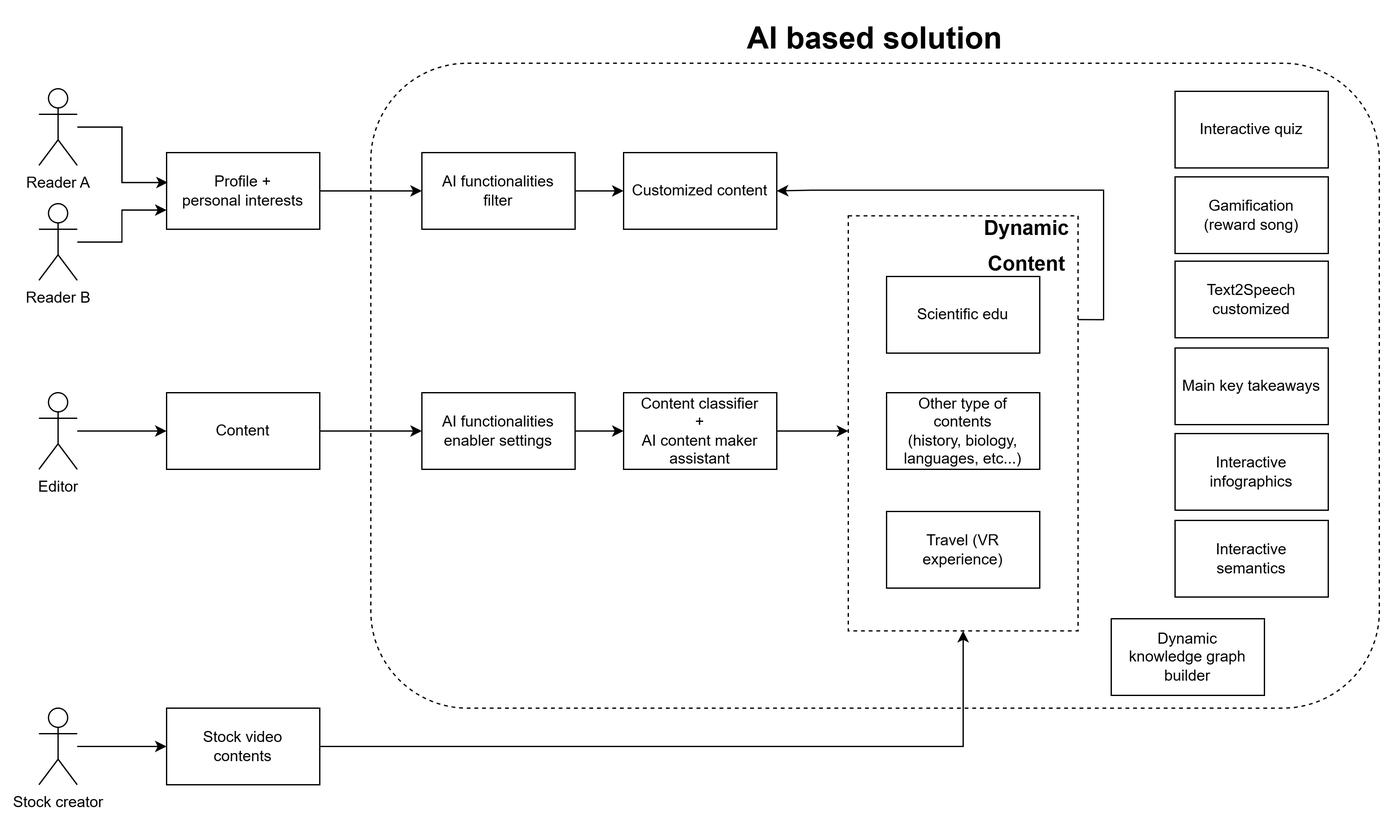
Above: img/fluidcontent-ai-architecture.png in Izanagi95/FluidContent-AI (draw.io), before the change. Source tidied: cells renumbered, new cells last; positions are measured from the earlier drawing's top-left corner, leaving out a move shared by most shapes. The source it was exported from:
```xml
<mxGraphModel>
  <root>
    <mxCell id="0" />
    <mxCell id="1" parent="0" />
    <mxCell id="2" style="rounded=1;whiteSpace=wrap;html=1;dashed=1;fillColor=none;" parent="1" vertex="1">
      <mxGeometry x="260" y="40" width="790" height="505" as="geometry" />
    </mxCell>
    <mxCell id="3" style="edgeStyle=orthogonalEdgeStyle;rounded=0;jettySize=auto;html=1;exitX=1;exitY=0.25;exitDx=0;exitDy=0;" parent="1" edge="1" source="4" target="9">
      <mxGeometry relative="1" as="geometry" />
    </mxCell>
    <mxCell id="4" style="rounded=0;whiteSpace=wrap;html=1;fillColor=none;dashed=1;" parent="1" vertex="1">
      <mxGeometry x="634" y="159.5" width="180" height="325" as="geometry" />
    </mxCell>
    <mxCell id="5" style="edgeStyle=orthogonalEdgeStyle;rounded=0;jettySize=auto;html=1;entryX=0;entryY=0.5;entryDx=0;entryDy=0;" parent="1" edge="1" source="6" target="28">
      <mxGeometry relative="1" as="geometry" />
    </mxCell>
    <mxCell id="6" value="Content" style="rounded=0;whiteSpace=wrap;html=1;" parent="1" vertex="1">
      <mxGeometry x="100" y="298" width="120" height="60" as="geometry" />
    </mxCell>
    <mxCell id="7" style="edgeStyle=orthogonalEdgeStyle;rounded=0;jettySize=auto;html=1;entryX=0;entryY=0.5;entryDx=0;entryDy=0;" parent="1" edge="1" source="8" target="36">
      <mxGeometry relative="1" as="geometry" />
    </mxCell>
    <mxCell id="8" value="Profile +&lt;div&gt;personal interests&lt;/div&gt;" style="rounded=0;whiteSpace=wrap;html=1;" parent="1" vertex="1">
      <mxGeometry x="100" y="110" width="120" height="60" as="geometry" />
    </mxCell>
    <mxCell id="9" value="Customized content" style="rounded=0;whiteSpace=wrap;html=1;" parent="1" vertex="1">
      <mxGeometry x="458" y="110" width="120" height="60" as="geometry" />
    </mxCell>
    <mxCell id="10" style="edgeStyle=orthogonalEdgeStyle;rounded=0;jettySize=auto;html=1;" parent="1" edge="1" source="11" target="6">
      <mxGeometry relative="1" as="geometry" />
    </mxCell>
    <mxCell id="11" value="Editor" style="shape=umlActor;verticalLabelPosition=bottom;verticalAlign=top;html=1;outlineConnect=0;" parent="1" vertex="1">
      <mxGeometry y="298" width="30" height="60" as="geometry" />
    </mxCell>
    <mxCell id="12" value="Reader A" style="shape=umlActor;verticalLabelPosition=bottom;verticalAlign=top;html=1;outlineConnect=0;" parent="1" vertex="1">
      <mxGeometry y="60" width="30" height="60" as="geometry" />
    </mxCell>
    <mxCell id="13" style="edgeStyle=orthogonalEdgeStyle;rounded=0;jettySize=auto;html=1;entryX=0;entryY=0.75;entryDx=0;entryDy=0;" parent="1" edge="1" source="14" target="8">
      <mxGeometry relative="1" as="geometry" />
    </mxCell>
    <mxCell id="14" value="Reader B" style="shape=umlActor;verticalLabelPosition=bottom;verticalAlign=top;html=1;outlineConnect=0;" parent="1" vertex="1">
      <mxGeometry y="150" width="30" height="60" as="geometry" />
    </mxCell>
    <mxCell id="15" style="edgeStyle=orthogonalEdgeStyle;rounded=0;jettySize=auto;html=1;entryX=0.008;entryY=0.39;entryDx=0;entryDy=0;entryPerimeter=0;" parent="1" edge="1" source="12" target="8">
      <mxGeometry relative="1" as="geometry" />
    </mxCell>
    <mxCell id="16" style="edgeStyle=orthogonalEdgeStyle;rounded=0;jettySize=auto;html=1;" parent="1" edge="1" source="17" target="4">
      <mxGeometry relative="1" as="geometry">
        <Array as="points">
          <mxPoint x="564" y="322" />
          <mxPoint x="564" y="322" />
        </Array>
      </mxGeometry>
    </mxCell>
    <mxCell id="17" value="Content classifier&lt;div&gt;+&lt;/div&gt;&lt;div&gt;AI content maker assistant&lt;/div&gt;" style="rounded=0;whiteSpace=wrap;html=1;" parent="1" vertex="1">
      <mxGeometry x="458" y="298" width="120" height="60" as="geometry" />
    </mxCell>
    <mxCell id="18" value="&lt;h1 style=&quot;margin-top: 0px;&quot;&gt;AI based solution&lt;/h1&gt;" style="text;html=1;whiteSpace=wrap;overflow=hidden;rounded=0;align=center;verticalAlign=top;" parent="1" vertex="1">
      <mxGeometry x="480" width="350" height="40" as="geometry" />
    </mxCell>
    <mxCell id="19" value="Scientific edu" style="rounded=0;whiteSpace=wrap;html=1;" parent="1" vertex="1">
      <mxGeometry x="664" y="207" width="120" height="60" as="geometry" />
    </mxCell>
    <mxCell id="20" value="Other type of contents&lt;div&gt;(history, biology, languages, etc...)&lt;/div&gt;" style="rounded=0;whiteSpace=wrap;html=1;" parent="1" vertex="1">
      <mxGeometry x="664" y="298" width="120" height="60" as="geometry" />
    </mxCell>
    <mxCell id="21" value="Travel (VR experience)" style="rounded=0;whiteSpace=wrap;html=1;" parent="1" vertex="1">
      <mxGeometry x="664" y="391" width="120" height="60" as="geometry" />
    </mxCell>
    <mxCell id="22" style="edgeStyle=orthogonalEdgeStyle;rounded=0;jettySize=auto;html=1;entryX=0;entryY=0.5;entryDx=0;entryDy=0;" parent="1" edge="1" source="23" target="24">
      <mxGeometry relative="1" as="geometry" />
    </mxCell>
    <mxCell id="23" value="Stock creator" style="shape=umlActor;verticalLabelPosition=bottom;verticalAlign=top;html=1;outlineConnect=0;" parent="1" vertex="1">
      <mxGeometry y="545" width="30" height="60" as="geometry" />
    </mxCell>
    <mxCell id="24" value="Stock video&lt;div&gt;contents&lt;/div&gt;" style="rounded=0;whiteSpace=wrap;html=1;" parent="1" vertex="1">
      <mxGeometry x="100" y="545" width="120" height="60" as="geometry" />
    </mxCell>
    <mxCell id="25" value="Gamification&lt;div&gt;(reward song)&lt;/div&gt;" style="rounded=0;whiteSpace=wrap;html=1;" parent="1" vertex="1">
      <mxGeometry x="890" y="129" width="120" height="60" as="geometry" />
    </mxCell>
    <mxCell id="26" value="Text2Speech customized" style="rounded=0;whiteSpace=wrap;html=1;" parent="1" vertex="1">
      <mxGeometry x="890" y="195" width="120" height="60" as="geometry" />
    </mxCell>
    <mxCell id="27" style="edgeStyle=orthogonalEdgeStyle;rounded=0;jettySize=auto;html=1;" parent="1" edge="1" source="28" target="17">
      <mxGeometry relative="1" as="geometry" />
    </mxCell>
    <mxCell id="28" value="AI functionalities&lt;div&gt;&lt;span style=&quot;background-color: transparent; color: light-dark(rgb(0, 0, 0), rgb(255, 255, 255));&quot;&gt;enabler settings&lt;/span&gt;&lt;/div&gt;" style="rounded=0;whiteSpace=wrap;html=1;" parent="1" vertex="1">
      <mxGeometry x="300" y="298" width="120" height="60" as="geometry" />
    </mxCell>
    <mxCell id="29" value="Main key takeaways" style="rounded=0;whiteSpace=wrap;html=1;" parent="1" vertex="1">
      <mxGeometry x="890" y="263" width="120" height="60" as="geometry" />
    </mxCell>
    <mxCell id="30" value="Interactive infographics" style="rounded=0;whiteSpace=wrap;html=1;" parent="1" vertex="1">
      <mxGeometry x="890" y="330" width="120" height="60" as="geometry" />
    </mxCell>
    <mxCell id="31" value="Interactive&lt;div&gt;semantics&lt;/div&gt;" style="rounded=0;whiteSpace=wrap;html=1;" parent="1" vertex="1">
      <mxGeometry x="890" y="398" width="120" height="60" as="geometry" />
    </mxCell>
    <mxCell id="32" value="Dynamic&lt;div&gt;knowledge graph&lt;/div&gt;&lt;div&gt;builder&lt;/div&gt;" style="rounded=0;whiteSpace=wrap;html=1;" parent="1" vertex="1">
      <mxGeometry x="840" y="475" width="120" height="60" as="geometry" />
    </mxCell>
    <mxCell id="33" style="edgeStyle=orthogonalEdgeStyle;rounded=0;jettySize=auto;html=1;entryX=0.5;entryY=1;entryDx=0;entryDy=0;" parent="1" edge="1" source="24" target="4">
      <mxGeometry relative="1" as="geometry" />
    </mxCell>
    <mxCell id="34" value="&lt;h1 style=&quot;margin-top: 0px;&quot;&gt;&lt;font style=&quot;font-size: 16px;&quot;&gt;Dynamic Content&lt;/font&gt;&lt;/h1&gt;" style="text;html=1;whiteSpace=wrap;overflow=hidden;rounded=0;align=center;verticalAlign=middle;" parent="1" vertex="1">
      <mxGeometry x="734" y="150" width="80" height="60" as="geometry" />
    </mxCell>
    <mxCell id="35" style="edgeStyle=orthogonalEdgeStyle;rounded=0;jettySize=auto;html=1;" parent="1" edge="1" source="36" target="9">
      <mxGeometry relative="1" as="geometry" />
    </mxCell>
    <mxCell id="36" value="AI functionalities&lt;div&gt;filter&lt;/div&gt;" style="rounded=0;whiteSpace=wrap;html=1;" parent="1" vertex="1">
      <mxGeometry x="300" y="110" width="120" height="60" as="geometry" />
    </mxCell>
    <mxCell id="37" value="Interactive quiz" style="rounded=0;whiteSpace=wrap;html=1;" parent="1" vertex="1">
      <mxGeometry x="890" y="62" width="120" height="60" as="geometry" />
    </mxCell>
  </root>
</mxGraphModel>
```
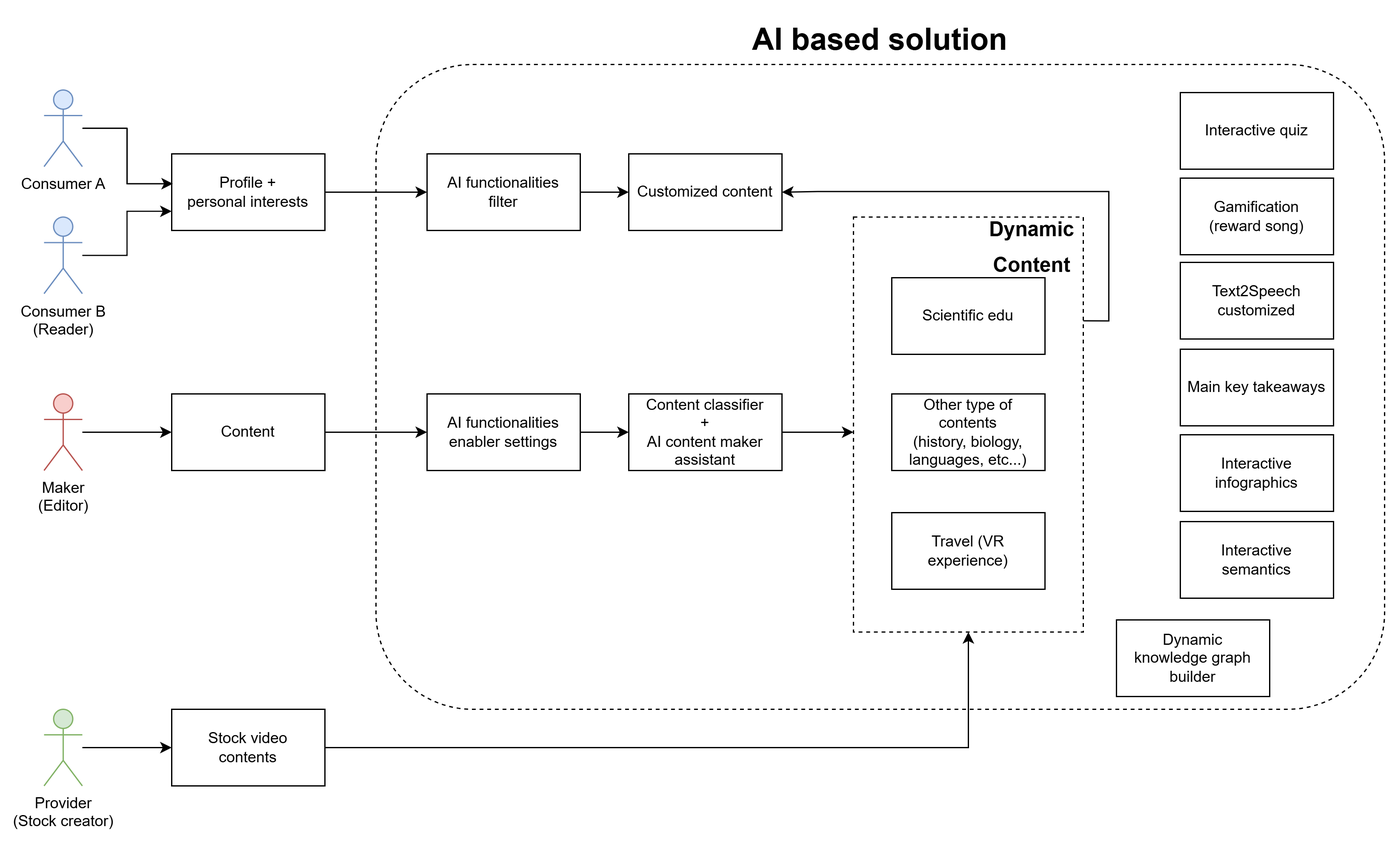
The same diagram one commit later.

Diff of the diagram source:
```diff
@@ -29,17 +29,17 @@
     <mxCell id="10" style="edgeStyle=orthogonalEdgeStyle;rounded=0;jettySize=auto;html=1;" parent="1" edge="1" source="11" target="6">
       <mxGeometry relative="1" as="geometry" />
     </mxCell>
-    <mxCell id="11" value="Editor" style="shape=umlActor;verticalLabelPosition=bottom;verticalAlign=top;html=1;outlineConnect=0;" parent="1" vertex="1">
+    <mxCell id="11" value="Maker&lt;div&gt;(Editor)&lt;/div&gt;" style="shape=umlActor;verticalLabelPosition=bottom;verticalAlign=top;html=1;outlineConnect=0;fillColor=#f8cecc;strokeColor=#b85450;" parent="1" vertex="1">
       <mxGeometry y="298" width="30" height="60" as="geometry" />
     </mxCell>
-    <mxCell id="12" value="Reader A" style="shape=umlActor;verticalLabelPosition=bottom;verticalAlign=top;html=1;outlineConnect=0;" parent="1" vertex="1">
+    <mxCell id="12" value="Consumer&amp;nbsp;&lt;span style=&quot;background-color: transparent; color: light-dark(rgb(0, 0, 0), rgb(255, 255, 255));&quot;&gt;A&lt;/span&gt;" style="shape=umlActor;verticalLabelPosition=bottom;verticalAlign=top;html=1;outlineConnect=0;fillColor=#dae8fc;strokeColor=#6c8ebf;" parent="1" vertex="1">
       <mxGeometry y="60" width="30" height="60" as="geometry" />
     </mxCell>
     <mxCell id="13" style="edgeStyle=orthogonalEdgeStyle;rounded=0;jettySize=auto;html=1;entryX=0;entryY=0.75;entryDx=0;entryDy=0;" parent="1" edge="1" source="14" target="8">
       <mxGeometry relative="1" as="geometry" />
     </mxCell>
-    <mxCell id="14" value="Reader B" style="shape=umlActor;verticalLabelPosition=bottom;verticalAlign=top;html=1;outlineConnect=0;" parent="1" vertex="1">
-      <mxGeometry y="150" width="30" height="60" as="geometry" />
+    <mxCell id="14" value="Consumer B&lt;div&gt;(Reader)&lt;/div&gt;" style="shape=umlActor;verticalLabelPosition=bottom;verticalAlign=top;html=1;outlineConnect=0;fillColor=#dae8fc;strokeColor=#6c8ebf;" parent="1" vertex="1">
+      <mxGeometry y="159.5" width="30" height="60" as="geometry" />
     </mxCell>
     <mxCell id="15" style="edgeStyle=orthogonalEdgeStyle;rounded=0;jettySize=auto;html=1;entryX=0.008;entryY=0.39;entryDx=0;entryDy=0;entryPerimeter=0;" parent="1" edge="1" source="12" target="8">
       <mxGeometry relative="1" as="geometry" />
@@ -70,7 +70,7 @@
     <mxCell id="22" style="edgeStyle=orthogonalEdgeStyle;rounded=0;jettySize=auto;html=1;entryX=0;entryY=0.5;entryDx=0;entryDy=0;" parent="1" edge="1" source="23" target="24">
       <mxGeometry relative="1" as="geometry" />
     </mxCell>
-    <mxCell id="23" value="Stock creator" style="shape=umlActor;verticalLabelPosition=bottom;verticalAlign=top;html=1;outlineConnect=0;" parent="1" vertex="1">
+    <mxCell id="23" value="Provider&lt;div&gt;(Stock creator)&lt;/div&gt;" style="shape=umlActor;verticalLabelPosition=bottom;verticalAlign=top;html=1;outlineConnect=0;fillColor=#d5e8d4;strokeColor=#82b366;" parent="1" vertex="1">
       <mxGeometry y="545" width="30" height="60" as="geometry" />
     </mxCell>
     <mxCell id="24" value="Stock video&lt;div&gt;contents&lt;/div&gt;" style="rounded=0;whiteSpace=wrap;html=1;" parent="1" vertex="1">
```
